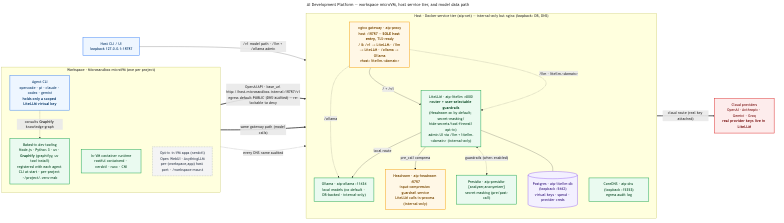
Earlier version of the Mermaid export docs/architecture.png (jt-helsinki/stack-genie). Its source is kept beside it as docs/architecture.mmd.
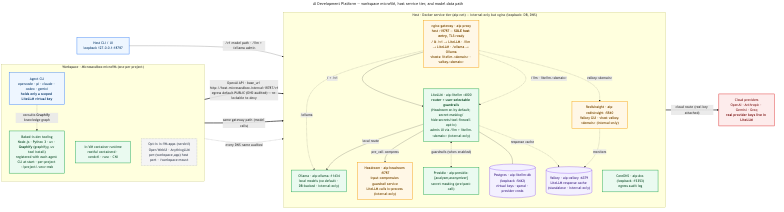
The same diagram one commit later.

The edit, as a diff of the source:
```diff
@@ -19,12 +19,14 @@
 
   subgraph TIER["Host · Docker service tier (aip-net) — internal-only but nginx (loopback: DB, DNS)"]
     direction TB
-    PROXY["nginx gateway · aip-proxy<br/>host :18787 — <b>SOLE host entry</b>, TLS-ready<br/>/ &amp; /v1 → LiteLLM · /llm → LiteLLM · /ollama → Ollama<br/>vhost: litellm.&lt;domain&gt;"]:::gw
+    PROXY["nginx gateway · aip-proxy<br/>host :18787 — <b>SOLE host entry</b>, TLS-ready<br/>/ &amp; /v1 → LiteLLM · /llm → LiteLLM · /ollama → Ollama<br/>vhosts: litellm.&lt;domain&gt; · valkey.&lt;domain&gt;"]:::gw
     HEAD["Headroom · aip-headroom :8787<br/>input-compression guardrail service<br/>LiteLLM calls in-process (internal-only)"]:::gw
     LLM["LiteLLM · aip-litellm :4000<br/><b>router + user-selectable guardrails</b><br/>(Headroom on by default; secret-masking/<br/>hide-secrets/tool-firewall opt-in)<br/>admin UI via /llm + litellm.&lt;domain&gt; (internal-only)"]:::core
     PG[("Postgres · aip-litellm-db<br/>(loopback :5442)<br/>virtual keys · spend · provider creds")]:::store
     PRES["Presidio · aip-presidio-{analyzer,anonymizer}<br/>secret masking (pre/post-call)"]:::core
     OLL["Ollama · aip-ollama :11434<br/>local models (no default · DB-backed · internal-only)"]:::core
+    VALKEY[("Valkey · aip-valkey :6379<br/>LiteLLM response cache (standalone · internal-only)")]:::store
+    RI["RedisInsight · aip-redisinsight :5540<br/>Valkey GUI · vhost valkey.&lt;domain&gt; (internal-only)"]:::gw
     DNS["CoreDNS · aip-dns (loopback :15353)<br/>egress audit log"]:::core
   end
 
@@ -43,4 +45,7 @@
   LLM <-. "guardrails (when enabled)" .-> PRES
   LLM --- PG
   LLM -- "local route" --> OLL
+  LLM -. "response cache" .-> VALKEY
+  RI -. "monitors" .-> VALKEY
+  PROXY -. "valkey.&lt;domain&gt;" .-> RI
   LLM == "cloud route (real key attached)" ==> CLOUD
```
